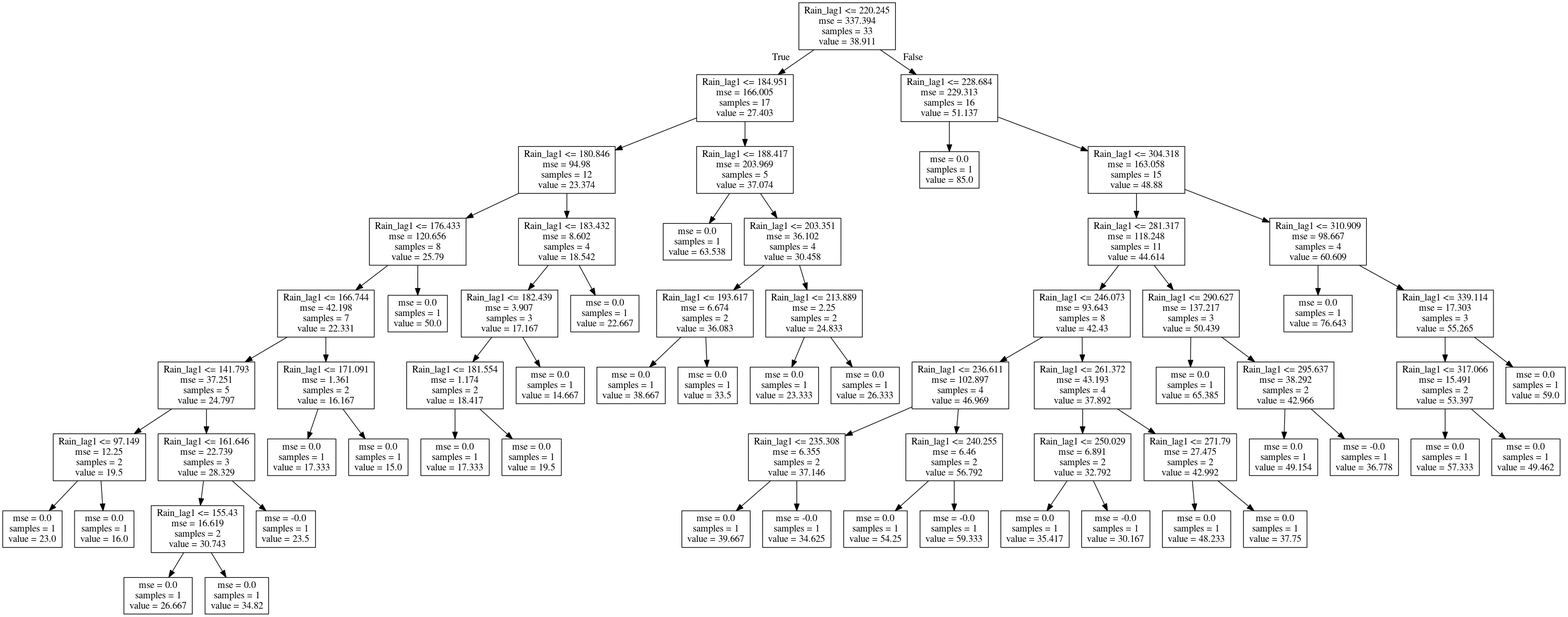
Earlier version of the Graphviz export Norway_Morsa/Model_Development/Figures/Discretization_regTrees/aut_colour-Rain_lag1.png (icra/WATExR). Its source is kept beside it as Norway_Morsa/Model_Development/Figures/Discretization_regTrees/aut_colour-Rain_lag1.dot.
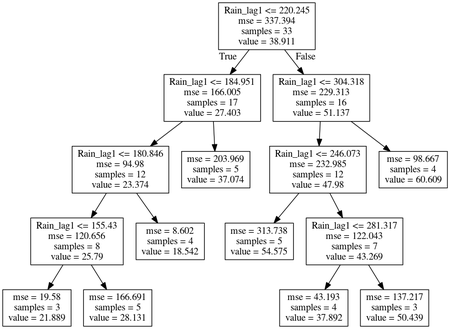
Later version of the same file.

Diff of the diagram source:
```diff
@@ -3,130 +3,30 @@
 0 [label="Rain_lag1 <= 220.245\nmse = 337.394\nsamples = 33\nvalue = 38.911"] ;
 1 [label="Rain_lag1 <= 184.951\nmse = 166.005\nsamples = 17\nvalue = 27.403"] ;
 0 -> 1 [labeldistance=2.5, labelangle=45, headlabel="True"] ;
-2 [label="Rain_lag1 <= 180.846\nmse = 94.98\nsamples = 12\nvalue = 23.374"] ;
-1 -> 2 ;
-3 [label="Rain_lag1 <= 176.433\nmse = 120.656\nsamples = 8\nvalue = 25.79"] ;
-2 -> 3 ;
-4 [label="Rain_lag1 <= 166.744\nmse = 42.198\nsamples = 7\nvalue = 22.331"] ;
-3 -> 4 ;
-5 [label="Rain_lag1 <= 141.793\nmse = 37.251\nsamples = 5\nvalue = 24.797"] ;
-4 -> 5 ;
-6 [label="Rain_lag1 <= 97.149\nmse = 12.25\nsamples = 2\nvalue = 19.5"] ;
-5 -> 6 ;
-7 [label="mse = 0.0\nsamples = 1\nvalue = 23.0"] ;
-6 -> 7 ;
-8 [label="mse = 0.0\nsamples = 1\nvalue = 16.0"] ;
-6 -> 8 ;
-9 [label="Rain_lag1 <= 161.646\nmse = 22.739\nsamples = 3\nvalue = 28.329"] ;
-5 -> 9 ;
-10 [label="Rain_lag1 <= 155.43\nmse = 16.619\nsamples = 2\nvalue = 30.743"] ;
-9 -> 10 ;
-11 [label="mse = 0.0\nsamples = 1\nvalue = 26.667"] ;
-10 -> 11 ;
-12 [label="mse = 0.0\nsamples = 1\nvalue = 34.82"] ;
-10 -> 12 ;
-13 [label="mse = -0.0\nsamples = 1\nvalue = 23.5"] ;
-9 -> 13 ;
-14 [label="Rain_lag1 <= 171.091\nmse = 1.361\nsamples = 2\nvalue = 16.167"] ;
-4 -> 14 ;
-15 [label="mse = 0.0\nsamples = 1\nvalue = 17.333"] ;
-14 -> 15 ;
-16 [label="mse = 0.0\nsamples = 1\nvalue = 15.0"] ;
-14 -> 16 ;
-17 [label="mse = 0.0\nsamples = 1\nvalue = 50.0"] ;
-3 -> 17 ;
-18 [label="Rain_lag1 <= 183.432\nmse = 8.602\nsamples = 4\nvalue = 18.542"] ;
-2 -> 18 ;
-19 [label="Rain_lag1 <= 182.439\nmse = 3.907\nsamples = 3\nvalue = 17.167"] ;
-18 -> 19 ;
-20 [label="Rain_lag1 <= 181.554\nmse = 1.174\nsamples = 2\nvalue = 18.417"] ;
-19 -> 20 ;
-21 [label="mse = 0.0\nsamples = 1\nvalue = 17.333"] ;
-20 -> 21 ;
-22 [label="mse = 0.0\nsamples = 1\nvalue = 19.5"] ;
-20 -> 22 ;
-23 [label="mse = 0.0\nsamples = 1\nvalue = 14.667"] ;
-19 -> 23 ;
-24 [label="mse = 0.0\nsamples = 1\nvalue = 22.667"] ;
-18 -> 24 ;
-25 [label="Rain_lag1 <= 188.417\nmse = 203.969\nsamples = 5\nvalue = 37.074"] ;
-1 -> 25 ;
-26 [label="mse = 0.0\nsamples = 1\nvalue = 63.538"] ;
-25 -> 26 ;
-27 [label="Rain_lag1 <= 203.351\nmse = 36.102\nsamples = 4\nvalue = 30.458"] ;
-25 -> 27 ;
-28 [label="Rain_lag1 <= 193.617\nmse = 6.674\nsamples = 2\nvalue = 36.083"] ;
-27 -> 28 ;
-29 [label="mse = 0.0\nsamples = 1\nvalue = 38.667"] ;
-28 -> 29 ;
-30 [label="mse = 0.0\nsamples = 1\nvalue = 33.5"] ;
-28 -> 30 ;
-31 [label="Rain_lag1 <= 213.889\nmse = 2.25\nsamples = 2\nvalue = 24.833"] ;
-27 -> 31 ;
-32 [label="mse = 0.0\nsamples = 1\nvalue = 23.333"] ;
-31 -> 32 ;
-33 [label="mse = 0.0\nsamples = 1\nvalue = 26.333"] ;
-31 -> 33 ;
-34 [label="Rain_lag1 <= 228.684\nmse = 229.313\nsamples = 16\nvalue = 51.137"] ;
-0 -> 34 [labeldistance=2.5, labelangle=-45, headlabel="False"] ;
-35 [label="mse = 0.0\nsamples = 1\nvalue = 85.0"] ;
-34 -> 35 ;
-36 [label="Rain_lag1 <= 304.318\nmse = 163.058\nsamples = 15\nvalue = 48.88"] ;
-34 -> 36 ;
-37 [label="Rain_lag1 <= 281.317\nmse = 118.248\nsamples = 11\nvalue = 44.614"] ;
-36 -> 37 ;
-38 [label="Rain_lag1 <= 246.073\nmse = 93.643\nsamples = 8\nvalue = 42.43"] ;
-37 -> 38 ;
-39 [label="Rain_lag1 <= 236.611\nmse = 102.897\nsamples = 4\nvalue = 46.969"] ;
-38 -> 39 ;
-40 [label="Rain_lag1 <= 235.308\nmse = 6.355\nsamples = 2\nvalue = 37.146"] ;
-39 -> 40 ;
-41 [label="mse = 0.0\nsamples = 1\nvalue = 39.667"] ;
-40 -> 41 ;
-42 [label="mse = -0.0\nsamples = 1\nvalue = 34.625"] ;
-40 -> 42 ;
-43 [label="Rain_lag1 <= 240.255\nmse = 6.46\nsamples = 2\nvalue = 56.792"] ;
-39 -> 43 ;
-44 [label="mse = 0.0\nsamples = 1\nvalue = 54.25"] ;
-43 -> 44 ;
-45 [label="mse = -0.0\nsamples = 1\nvalue = 59.333"] ;
-43 -> 45 ;
-46 [label="Rain_lag1 <= 261.372\nmse = 43.193\nsamples = 4\nvalue = 37.892"] ;
-38 -> 46 ;
-47 [label="Rain_lag1 <= 250.029\nmse = 6.891\nsamples = 2\nvalue = 32.792"] ;
-46 -> 47 ;
-48 [label="mse = 0.0\nsamples = 1\nvalue = 35.417"] ;
-47 -> 48 ;
-49 [label="mse = -0.0\nsamples = 1\nvalue = 30.167"] ;
-47 -> 49 ;
-50 [label="Rain_lag1 <= 271.79\nmse = 27.475\nsamples = 2\nvalue = 42.992"] ;
-46 -> 50 ;
-51 [label="mse = 0.0\nsamples = 1\nvalue = 48.233"] ;
-50 -> 51 ;
-52 [label="mse = 0.0\nsamples = 1\nvalue = 37.75"] ;
-50 -> 52 ;
-53 [label="Rain_lag1 <= 290.627\nmse = 137.217\nsamples = 3\nvalue = 50.439"] ;
-37 -> 53 ;
-54 [label="mse = 0.0\nsamples = 1\nvalue = 65.385"] ;
-53 -> 54 ;
-55 [label="Rain_lag1 <= 295.637\nmse = 38.292\nsamples = 2\nvalue = 42.966"] ;
-53 -> 55 ;
-56 [label="mse = 0.0\nsamples = 1\nvalue = 49.154"] ;
-55 -> 56 ;
-57 [label="mse = -0.0\nsamples = 1\nvalue = 36.778"] ;
-55 -> 57 ;
-58 [label="Rain_lag1 <= 310.909\nmse = 98.667\nsamples = 4\nvalue = 60.609"] ;
-36 -> 58 ;
-59 [label="mse = 0.0\nsamples = 1\nvalue = 76.643"] ;
-58 -> 59 ;
-60 [label="Rain_lag1 <= 339.114\nmse = 17.303\nsamples = 3\nvalue = 55.265"] ;
-58 -> 60 ;
-61 [label="Rain_lag1 <= 317.066\nmse = 15.491\nsamples = 2\nvalue = 53.397"] ;
-60 -> 61 ;
-62 [label="mse = 0.0\nsamples = 1\nvalue = 57.333"] ;
-61 -> 62 ;
-63 [label="mse = 0.0\nsamples = 1\nvalue = 49.462"] ;
-61 -> 63 ;
-64 [label="mse = 0.0\nsamples = 1\nvalue = 59.0"] ;
-60 -> 64 ;
+3 [label="Rain_lag1 <= 180.846\nmse = 94.98\nsamples = 12\nvalue = 23.374"] ;
+1 -> 3 ;
+11 [label="Rain_lag1 <= 155.43\nmse = 120.656\nsamples = 8\nvalue = 25.79"] ;
+3 -> 11 ;
+13 [label="mse = 19.58\nsamples = 3\nvalue = 21.889"] ;
+11 -> 13 ;
+14 [label="mse = 166.691\nsamples = 5\nvalue = 28.131"] ;
+11 -> 14 ;
+12 [label="mse = 8.602\nsamples = 4\nvalue = 18.542"] ;
+3 -> 12 ;
+4 [label="mse = 203.969\nsamples = 5\nvalue = 37.074"] ;
+1 -> 4 ;
+2 [label="Rain_lag1 <= 304.318\nmse = 229.313\nsamples = 16\nvalue = 51.137"] ;
+0 -> 2 [labeldistance=2.5, labelangle=-45, headlabel="False"] ;
+5 [label="Rain_lag1 <= 246.073\nmse = 232.985\nsamples = 12\nvalue = 47.98"] ;
+2 -> 5 ;
+7 [label="mse = 313.738\nsamples = 5\nvalue = 54.575"] ;
+5 -> 7 ;
+8 [label="Rain_lag1 <= 281.317\nmse = 122.043\nsamples = 7\nvalue = 43.269"] ;
+5 -> 8 ;
+9 [label="mse = 43.193\nsamples = 4\nvalue = 37.892"] ;
+8 -> 9 ;
+10 [label="mse = 137.217\nsamples = 3\nvalue = 50.439"] ;
+8 -> 10 ;
+6 [label="mse = 98.667\nsamples = 4\nvalue = 60.609"] ;
+2 -> 6 ;
 }
```
